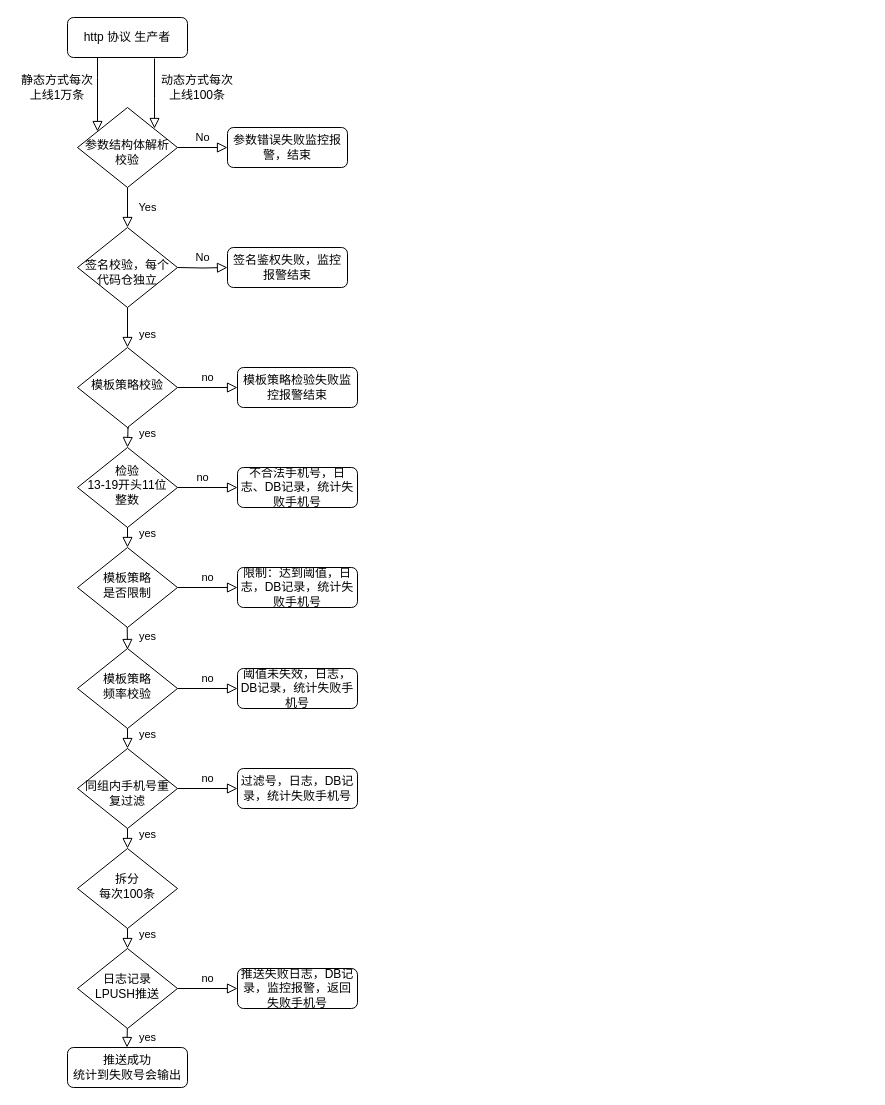
Above: 新短信发送流程图.drawio in akun87/activity (draw.io), before the change. Source tidied: cells renumbered, new cells numbered last; positions are measured from the earlier drawing's top-left corner, leaving out a move shared by most shapes. Both pictures are drawn from the tidied source at 100%, with x=0, y=0 at pixel (17, 17).
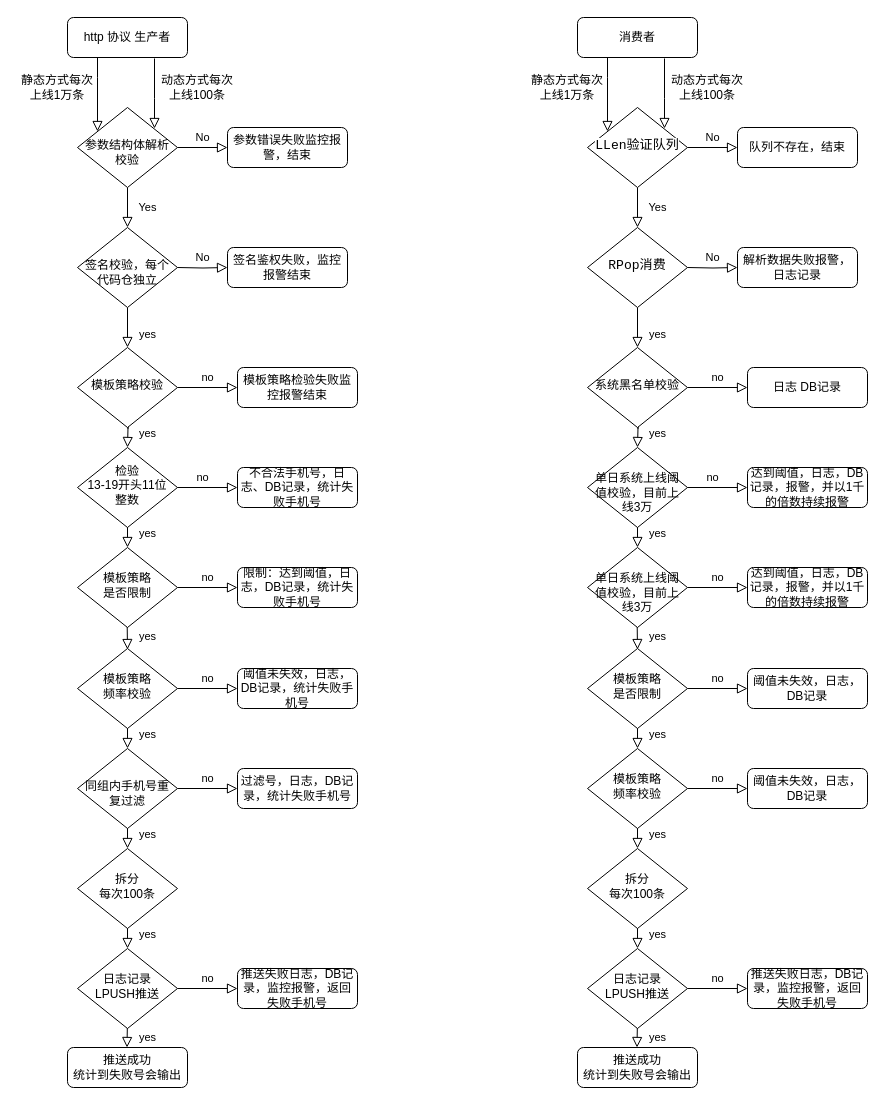
The same diagram, later.

Commit message:
更新新短信发送流程图.drawio

Change to the diagram source:
```diff
@@
+    <mxCell id="42" style="rounded=0;html=1;jettySize=auto;fontSize=11;endArrow=block;endFill=0;endSize=8;strokeWidth=1;shadow=0;labelBackgroundColor=none;edgeStyle=orthogonalEdgeStyle;" parent="1" edge="1" source="43" target="46">
+      <mxGeometry relative="1" as="geometry">
+        <Array as="points">
+          <mxPoint x="590" y="60" />
+          <mxPoint x="590" y="60" />
+        </Array>
+      </mxGeometry>
+    </mxCell>
+    <mxCell id="43" value="消费者" style="rounded=1;whiteSpace=wrap;html=1;fontSize=12;glass=0;strokeWidth=1;shadow=0;" parent="1" vertex="1">
+      <mxGeometry x="560" width="120" height="40" as="geometry" />
+    </mxCell>
+    <mxCell id="44" value="Yes" style="rounded=0;html=1;jettySize=auto;fontSize=11;endArrow=block;endFill=0;endSize=8;strokeWidth=1;shadow=0;labelBackgroundColor=none;edgeStyle=orthogonalEdgeStyle;" parent="1" edge="1" source="46" target="50">
+      <mxGeometry y="20" relative="1" as="geometry" />
+    </mxCell>
+    <mxCell id="45" value="No" style="edgeStyle=orthogonalEdgeStyle;rounded=0;html=1;jettySize=auto;fontSize=11;endArrow=block;endFill=0;endSize=8;strokeWidth=1;shadow=0;labelBackgroundColor=none;" parent="1" edge="1" source="46" target="47">
+      <mxGeometry y="10" relative="1" as="geometry" />
+    </mxCell>
+    <mxCell id="46" value="&lt;pre style=&quot;background-color: #ffffff ; color: #000000 ; font-family: &amp;#34;jetbrains mono&amp;#34; , monospace ; font-size: 9.8pt&quot;&gt;LLen验证队列&lt;/pre&gt;" style="rhombus;whiteSpace=wrap;html=1;shadow=0;fontFamily=Helvetica;fontSize=12;align=center;strokeWidth=1;spacing=6;spacingTop=-4;" parent="1" vertex="1">
+      <mxGeometry x="570" y="90" width="100" height="80" as="geometry" />
+    </mxCell>
+    <mxCell id="47" value="队列不存在，结束" style="rounded=1;whiteSpace=wrap;html=1;fontSize=12;glass=0;strokeWidth=1;shadow=0;" parent="1" vertex="1">
+      <mxGeometry x="720" y="110" width="120" height="40" as="geometry" />
+    </mxCell>
+    <mxCell id="48" value="yes" style="rounded=0;html=1;jettySize=auto;fontSize=11;endArrow=block;endFill=0;endSize=8;strokeWidth=1;shadow=0;labelBackgroundColor=none;edgeStyle=orthogonalEdgeStyle;entryX=0.5;entryY=0;entryDx=0;entryDy=0;" parent="1" edge="1" source="50" target="70">
+      <mxGeometry x="0.33" y="20" relative="1" as="geometry" />
+    </mxCell>
+    <mxCell id="49" value="no" style="edgeStyle=orthogonalEdgeStyle;rounded=0;html=1;jettySize=auto;fontSize=11;endArrow=block;endFill=0;endSize=8;strokeWidth=1;shadow=0;labelBackgroundColor=none;exitX=1;exitY=0.5;exitDx=0;exitDy=0;" parent="1" edge="1" source="70" target="51">
+      <mxGeometry y="10" relative="1" as="geometry" />
+    </mxCell>
+    <mxCell id="50" value="&lt;pre style=&quot;background-color: #ffffff ; color: #000000 ; font-family: &amp;#34;jetbrains mono&amp;#34; , monospace ; font-size: 9.8pt&quot;&gt;RPop消费&lt;/pre&gt;" style="rhombus;whiteSpace=wrap;html=1;shadow=0;fontFamily=Helvetica;fontSize=12;align=center;strokeWidth=1;spacing=6;spacingTop=-4;" parent="1" vertex="1">
+      <mxGeometry x="570" y="210" width="100" height="80" as="geometry" />
+    </mxCell>
+    <mxCell id="51" value="日志 DB记录" style="rounded=1;whiteSpace=wrap;html=1;fontSize=12;glass=0;strokeWidth=1;shadow=0;" parent="1" vertex="1">
+      <mxGeometry x="730" y="350" width="120" height="40" as="geometry" />
+    </mxCell>
+    <mxCell id="52" style="rounded=0;html=1;jettySize=auto;orthogonalLoop=1;fontSize=11;endArrow=block;endFill=0;endSize=8;strokeWidth=1;shadow=0;labelBackgroundColor=none;edgeStyle=orthogonalEdgeStyle;" parent="1" edge="1">
+      <mxGeometry relative="1" as="geometry">
+        <mxPoint x="647" y="41" as="sourcePoint" />
+        <mxPoint x="647" y="111" as="targetPoint" />
+        <Array as="points">
+          <mxPoint x="647" y="81" />
+          <mxPoint x="647" y="81" />
+        </Array>
+      </mxGeometry>
+    </mxCell>
+    <mxCell id="53" value="&lt;div&gt;静态方式每次上线1万条&lt;/div&gt;" style="text;html=1;strokeColor=none;fillColor=none;align=center;verticalAlign=middle;whiteSpace=wrap;rounded=0;" parent="1" vertex="1">
+      <mxGeometry x="510" y="60" width="80" height="20" as="geometry" />
+    </mxCell>
+    <mxCell id="54" value="动态方式每次上线100条" style="text;html=1;strokeColor=none;fillColor=none;align=center;verticalAlign=middle;whiteSpace=wrap;rounded=0;" parent="1" vertex="1">
+      <mxGeometry x="650" y="60" width="80" height="20" as="geometry" />
+    </mxCell>
+    <mxCell id="55" value="No" style="edgeStyle=orthogonalEdgeStyle;rounded=0;html=1;jettySize=auto;fontSize=11;endArrow=block;endFill=0;endSize=8;strokeWidth=1;shadow=0;labelBackgroundColor=none;" parent="1" edge="1" target="56">
+      <mxGeometry y="10" relative="1" as="geometry">
+        <mxPoint x="670" y="250" as="sourcePoint" />
+      </mxGeometry>
+    </mxCell>
+    <mxCell id="56" value="解析数据失败报警，日志记录" style="rounded=1;whiteSpace=wrap;html=1;fontSize=12;glass=0;strokeWidth=1;shadow=0;" parent="1" vertex="1">
+      <mxGeometry x="720" y="230" width="120" height="40" as="geometry" />
+    </mxCell>
+    <mxCell id="57" value="yes" style="rounded=0;html=1;jettySize=auto;orthogonalLoop=1;fontSize=11;endArrow=block;endFill=0;endSize=8;strokeWidth=1;shadow=0;labelBackgroundColor=none;edgeStyle=orthogonalEdgeStyle;" parent="1" edge="1">
+      <mxGeometry x="0.33" y="20" relative="1" as="geometry">
+        <mxPoint x="620" y="390" as="sourcePoint" />
+        <mxPoint x="620" y="430" as="targetPoint" />
+      </mxGeometry>
+    </mxCell>
+    <mxCell id="58" value="no" style="edgeStyle=orthogonalEdgeStyle;rounded=0;html=1;jettySize=auto;fontSize=11;endArrow=block;endFill=0;endSize=8;strokeWidth=1;shadow=0;labelBackgroundColor=none;" parent="1" edge="1" target="59">
+      <mxGeometry y="10" relative="1" as="geometry">
+        <mxPoint x="680" y="470" as="sourcePoint" />
+        <Array as="points">
+          <mxPoint x="670" y="470" />
+          <mxPoint x="670" y="470" />
+        </Array>
+      </mxGeometry>
+    </mxCell>
+    <mxCell id="59" value="达到阈值，日志，DB记录，报警，并以1千的倍数持续报警" style="rounded=1;whiteSpace=wrap;html=1;fontSize=12;glass=0;strokeWidth=1;shadow=0;" parent="1" vertex="1">
+      <mxGeometry x="730" y="450" width="120" height="40" as="geometry" />
+    </mxCell>
+    <mxCell id="60" value="no" style="edgeStyle=orthogonalEdgeStyle;rounded=0;html=1;jettySize=auto;fontSize=11;endArrow=block;endFill=0;endSize=8;strokeWidth=1;shadow=0;labelBackgroundColor=none;exitX=1;exitY=0.5;exitDx=0;exitDy=0;" parent="1" edge="1" source="75" target="61">
+      <mxGeometry y="10" relative="1" as="geometry" />
+    </mxCell>
+    <mxCell id="61" value="达到阈值，日志，DB记录，报警，并以1千的倍数持续报警" style="rounded=1;whiteSpace=wrap;html=1;fontSize=12;glass=0;strokeWidth=1;shadow=0;" parent="1" vertex="1">
+      <mxGeometry x="730" y="550" width="120" height="40" as="geometry" />
+    </mxCell>
+    <mxCell id="62" value="yes" style="rounded=0;html=1;jettySize=auto;fontSize=11;endArrow=block;endFill=0;endSize=8;strokeWidth=1;shadow=0;labelBackgroundColor=none;edgeStyle=orthogonalEdgeStyle;entryX=0.5;entryY=0;entryDx=0;entryDy=0;" parent="1" edge="1" target="75">
+      <mxGeometry x="0.33" y="20" relative="1" as="geometry">
+        <mxPoint x="619.5" y="490" as="sourcePoint" />
+      </mxGeometry>
+    </mxCell>
+    <mxCell id="63" value="no" style="edgeStyle=orthogonalEdgeStyle;rounded=0;html=1;jettySize=auto;fontSize=11;endArrow=block;endFill=0;endSize=8;strokeWidth=1;shadow=0;labelBackgroundColor=none;exitX=1;exitY=0.5;exitDx=0;exitDy=0;" parent="1" edge="1" source="76" target="64">
+      <mxGeometry y="10" relative="1" as="geometry" />
+    </mxCell>
+    <mxCell id="64" value="阈值未失效，日志，DB记录" style="rounded=1;whiteSpace=wrap;html=1;fontSize=12;glass=0;strokeWidth=1;shadow=0;" parent="1" vertex="1">
+      <mxGeometry x="730" y="651" width="120" height="40" as="geometry" />
+    </mxCell>
+    <mxCell id="65" value="yes" style="rounded=0;html=1;jettySize=auto;orthogonalLoop=1;fontSize=11;endArrow=block;endFill=0;endSize=8;strokeWidth=1;shadow=0;labelBackgroundColor=none;edgeStyle=orthogonalEdgeStyle;" parent="1" edge="1">
+      <mxGeometry x="0.33" y="20" relative="1" as="geometry">
+        <mxPoint x="619.5" y="593" as="sourcePoint" />
+        <mxPoint x="620" y="632" as="targetPoint" />
+      </mxGeometry>
+    </mxCell>
+    <mxCell id="66" value="no" style="edgeStyle=orthogonalEdgeStyle;rounded=0;html=1;jettySize=auto;fontSize=11;endArrow=block;endFill=0;endSize=8;strokeWidth=1;shadow=0;labelBackgroundColor=none;exitX=1;exitY=0.5;exitDx=0;exitDy=0;" parent="1" edge="1" source="77" target="67">
+      <mxGeometry y="10" relative="1" as="geometry" />
+    </mxCell>
+    <mxCell id="67" value="阈值未失效，日志，DB记录" style="rounded=1;whiteSpace=wrap;html=1;fontSize=12;glass=0;strokeWidth=1;shadow=0;" parent="1" vertex="1">
+      <mxGeometry x="730" y="751" width="120" height="40" as="geometry" />
+    </mxCell>
+    <mxCell id="68" value="yes" style="rounded=0;html=1;jettySize=auto;fontSize=11;endArrow=block;endFill=0;endSize=8;strokeWidth=1;shadow=0;labelBackgroundColor=none;edgeStyle=orthogonalEdgeStyle;entryX=0.5;entryY=0;entryDx=0;entryDy=0;" parent="1" edge="1" target="77">
+      <mxGeometry x="0.33" y="20" relative="1" as="geometry">
+        <mxPoint x="619.5" y="691" as="sourcePoint" />
+      </mxGeometry>
+    </mxCell>
+    <mxCell id="69" value="yes" style="rounded=0;html=1;jettySize=auto;fontSize=11;endArrow=block;endFill=0;endSize=8;strokeWidth=1;shadow=0;labelBackgroundColor=none;edgeStyle=orthogonalEdgeStyle;entryX=0.5;entryY=0;entryDx=0;entryDy=0;" parent="1" edge="1" target="78">
+      <mxGeometry x="0.33" y="20" relative="1" as="geometry">
+        <mxPoint x="619.5" y="791" as="sourcePoint" />
+      </mxGeometry>
+    </mxCell>
+    <mxCell id="70" value="系统黑名单校验" style="rhombus;whiteSpace=wrap;html=1;shadow=0;fontFamily=Helvetica;fontSize=12;align=center;strokeWidth=1;spacing=6;spacingTop=-4;" parent="1" vertex="1">
+      <mxGeometry x="570" y="330" width="100" height="80" as="geometry" />
+    </mxCell>
+    <mxCell id="71" value="no" style="edgeStyle=orthogonalEdgeStyle;rounded=0;html=1;jettySize=auto;fontSize=11;endArrow=block;endFill=0;endSize=8;strokeWidth=1;shadow=0;labelBackgroundColor=none;exitX=1;exitY=0.5;exitDx=0;exitDy=0;" parent="1" edge="1" source="81" target="72">
+      <mxGeometry y="10" relative="1" as="geometry" />
+    </mxCell>
+    <mxCell id="72" value="推送失败日志，DB记录，监控报警，返回失败手机号" style="rounded=1;whiteSpace=wrap;html=1;fontSize=12;glass=0;strokeWidth=1;shadow=0;" parent="1" vertex="1">
+      <mxGeometry x="730" y="951" width="120" height="40" as="geometry" />
+    </mxCell>
+    <mxCell id="73" value="yes" style="rounded=0;html=1;jettySize=auto;fontSize=11;endArrow=block;endFill=0;endSize=8;strokeWidth=1;shadow=0;labelBackgroundColor=none;edgeStyle=orthogonalEdgeStyle;entryX=0.5;entryY=0;entryDx=0;entryDy=0;" parent="1" edge="1" target="81">
+      <mxGeometry x="0.33" y="20" relative="1" as="geometry">
+        <mxPoint x="619.5" y="891" as="sourcePoint" />
+      </mxGeometry>
+    </mxCell>
+    <mxCell id="74" value="&lt;div&gt;&lt;br&gt;&lt;/div&gt;&lt;div&gt;单日系统上线阈值校验，目前上线3万&lt;/div&gt;" style="rhombus;whiteSpace=wrap;html=1;shadow=0;fontFamily=Helvetica;fontSize=12;align=center;strokeWidth=1;spacing=6;spacingTop=-4;" parent="1" vertex="1">
+      <mxGeometry x="570" y="430" width="100" height="80" as="geometry" />
+    </mxCell>
+    <mxCell id="75" value="&lt;div&gt;&lt;br&gt;&lt;/div&gt;&lt;div&gt;单日系统上线阈值校验，目前上线3万&lt;/div&gt;" style="rhombus;whiteSpace=wrap;html=1;shadow=0;fontFamily=Helvetica;fontSize=12;align=center;strokeWidth=1;spacing=6;spacingTop=-4;" parent="1" vertex="1">
+      <mxGeometry x="570" y="530" width="100" height="80" as="geometry" />
+    </mxCell>
+    <mxCell id="76" value="&lt;div&gt;模板策略&lt;/div&gt;&lt;div&gt;是否限制&lt;/div&gt;" style="rhombus;whiteSpace=wrap;html=1;shadow=0;fontFamily=Helvetica;fontSize=12;align=center;strokeWidth=1;spacing=6;spacingTop=-4;" parent="1" vertex="1">
+      <mxGeometry x="570" y="631" width="100" height="80" as="geometry" />
+    </mxCell>
+    <mxCell id="77" value="&lt;div&gt;模板策略&lt;/div&gt;&lt;div&gt;频率校验&lt;/div&gt;" style="rhombus;whiteSpace=wrap;html=1;shadow=0;fontFamily=Helvetica;fontSize=12;align=center;strokeWidth=1;spacing=6;spacingTop=-4;" parent="1" vertex="1">
+      <mxGeometry x="570" y="731" width="100" height="80" as="geometry" />
+    </mxCell>
+    <mxCell id="78" value="&lt;div&gt;拆分&lt;/div&gt;&lt;div&gt;每次100条&lt;br&gt;&lt;/div&gt;" style="rhombus;whiteSpace=wrap;html=1;shadow=0;fontFamily=Helvetica;fontSize=12;align=center;strokeWidth=1;spacing=6;spacingTop=-4;" parent="1" vertex="1">
+      <mxGeometry x="570" y="831" width="100" height="80" as="geometry" />
+    </mxCell>
+    <mxCell id="79" value="&lt;div&gt;推送成功&lt;/div&gt;&lt;div&gt;统计到失败号会输出&lt;/div&gt;" style="rounded=1;whiteSpace=wrap;html=1;fontSize=12;glass=0;strokeWidth=1;shadow=0;" parent="1" vertex="1">
+      <mxGeometry x="560" y="1030" width="120" height="40" as="geometry" />
+    </mxCell>
+    <mxCell id="80" value="yes" style="rounded=0;html=1;jettySize=auto;orthogonalLoop=1;fontSize=11;endArrow=block;endFill=0;endSize=8;strokeWidth=1;shadow=0;labelBackgroundColor=none;edgeStyle=orthogonalEdgeStyle;" parent="1" edge="1">
+      <mxGeometry x="0.33" y="20" relative="1" as="geometry">
+        <mxPoint x="620" y="1000" as="sourcePoint" />
+        <mxPoint x="619.5" y="1030" as="targetPoint" />
+      </mxGeometry>
+    </mxCell>
+    <mxCell id="81" value="&lt;div&gt;日志记录&lt;/div&gt;&lt;div&gt;LPUSH推送&lt;br&gt;&lt;/div&gt;" style="rhombus;whiteSpace=wrap;html=1;shadow=0;fontFamily=Helvetica;fontSize=12;align=center;strokeWidth=1;spacing=6;spacingTop=-4;" parent="1" vertex="1">
+      <mxGeometry x="570" y="931" width="100" height="80" as="geometry" />
+    </mxCell>
```
